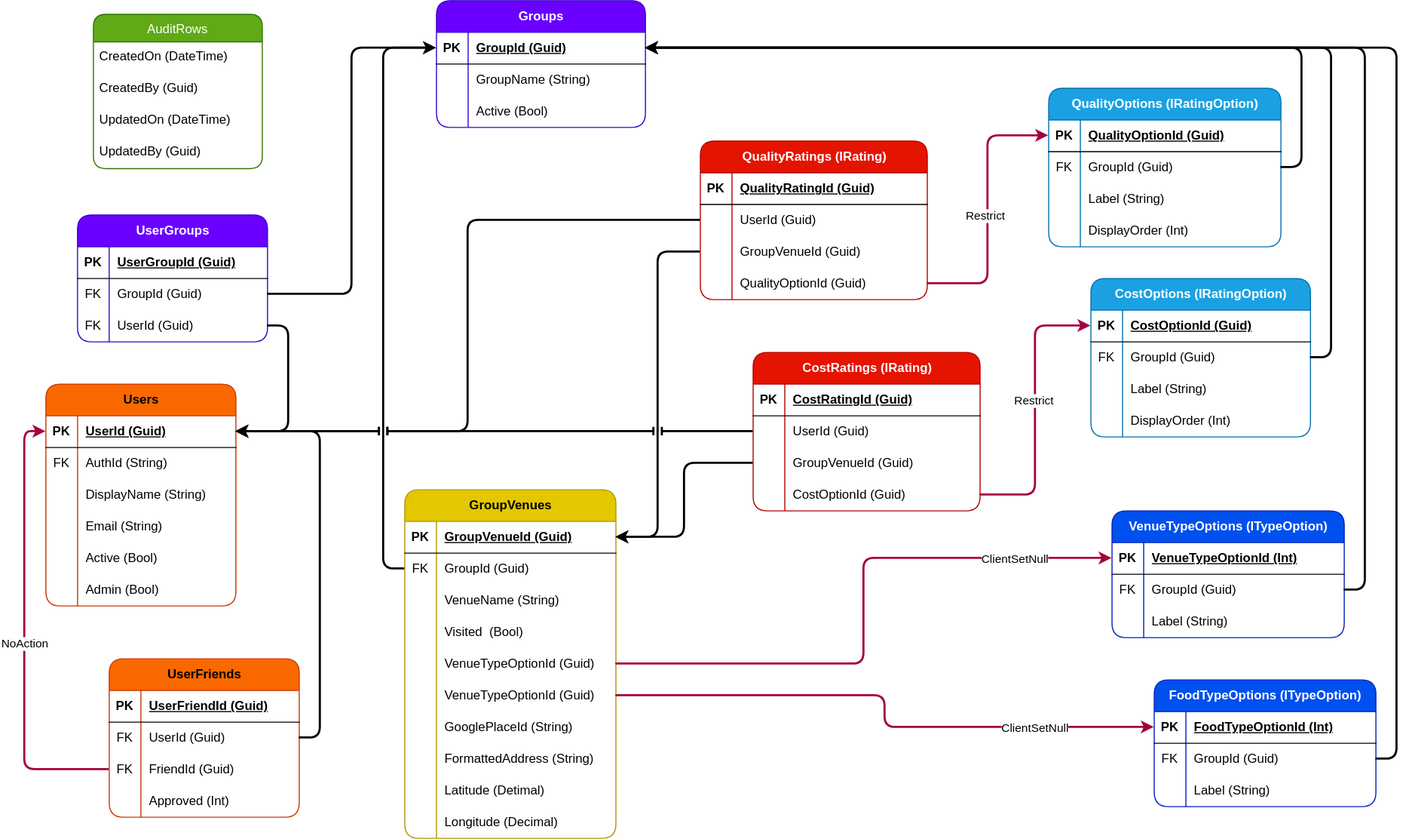
This is docs/ScranHub-DatabaseDesign.svg from GarethSpencer/ScranHub, a draw.io export, as it was before one commit. Source tidied: cells renumbered, new cells last; positions are measured from the earlier drawing's top-left corner, leaving out a move shared by most shapes.
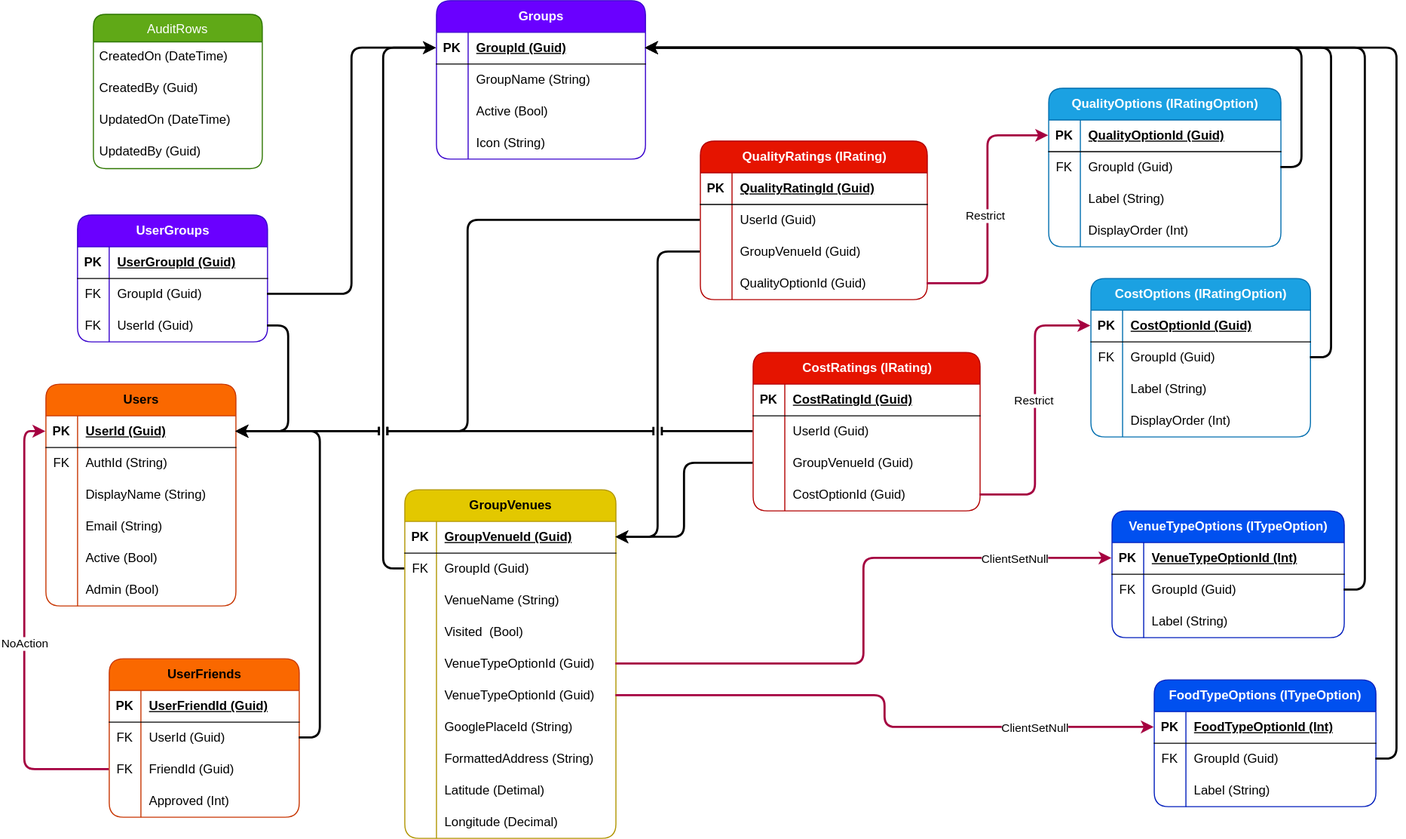
After the change.

Commit message:
Adding Icon to group table, so the group creator can set an icon against the group and have it appear in the UI

Diff of the diagram source:
```diff
@@ -90,7 +90,7 @@
       <mxGeometry x="30" width="150" height="30" as="geometry" />
     </mxCell>
     <mxCell id="31" value="Groups" style="shape=table;startSize=30;rowLines=0;fontStyle=1;align=center;html=1;rounded=1;fillColor=#6a00ff;fontColor=#ffffff;strokeColor=#3700CC;" parent="1" vertex="1">
-      <mxGeometry x="370" width="198" height="120" as="geometry" />
+      <mxGeometry x="370" width="198" height="150" as="geometry" />
     </mxCell>
     <mxCell id="32" style="shape=tableRow;horizontal=0;startSize=0;swimlaneHead=0;swimlaneBody=0;fillColor=none;points=[[0,0.5],[1,0.5]];portConstraint=eastwest;top=0;left=0;right=0;bottom=1;" parent="31" vertex="1">
       <mxGeometry y="30" width="198" height="30" as="geometry" />
@@ -110,13 +110,22 @@
     <mxCell id="37" value="GroupName (String)" style="shape=partialRectangle;fillColor=none;top=0;left=0;bottom=0;right=0;align=left;spacingLeft=6;overflow=hidden;whiteSpace=wrap;html=1;" parent="35" vertex="1">
       <mxGeometry x="30" width="168" height="30" as="geometry" />
     </mxCell>
+    <mxCell id="184" style="shape=tableRow;horizontal=0;startSize=0;swimlaneHead=0;swimlaneBody=0;fillColor=none;top=0;left=0;right=0;bottom=0;" parent="31" vertex="1">
+      <mxGeometry y="90" width="198" height="30" as="geometry" />
+    </mxCell>
+    <mxCell id="185" style="shape=partialRectangle;fillColor=none;top=0;left=0;bottom=0;right=0;overflow=hidden;whiteSpace=wrap;html=1;" parent="184" vertex="1">
+      <mxGeometry width="30" height="30" as="geometry" />
+    </mxCell>
+    <mxCell id="186" value="Active (Bool)" style="shape=partialRectangle;fillColor=none;top=0;left=0;bottom=0;right=0;align=left;spacingLeft=6;overflow=hidden;whiteSpace=wrap;html=1;" parent="184" vertex="1">
+      <mxGeometry x="30" width="168" height="30" as="geometry" />
+    </mxCell>
     <mxCell id="38" style="shape=tableRow;horizontal=0;startSize=0;swimlaneHead=0;swimlaneBody=0;fillColor=none;top=0;left=0;right=0;bottom=0;" parent="31" vertex="1">
-      <mxGeometry y="90" width="198" height="30" as="geometry" />
+      <mxGeometry y="120" width="198" height="30" as="geometry" />
     </mxCell>
     <mxCell id="39" style="shape=partialRectangle;fillColor=none;top=0;left=0;bottom=0;right=0;overflow=hidden;whiteSpace=wrap;html=1;" parent="38" vertex="1">
       <mxGeometry width="30" height="30" as="geometry" />
     </mxCell>
-    <mxCell id="40" value="Active (Bool)" style="shape=partialRectangle;fillColor=none;top=0;left=0;bottom=0;right=0;align=left;spacingLeft=6;overflow=hidden;whiteSpace=wrap;html=1;" parent="38" vertex="1">
+    <mxCell id="40" value="Icon (String)" style="shape=partialRectangle;fillColor=none;top=0;left=0;bottom=0;right=0;align=left;spacingLeft=6;overflow=hidden;whiteSpace=wrap;html=1;" parent="38" vertex="1">
       <mxGeometry x="30" width="168" height="30" as="geometry" />
     </mxCell>
     <mxCell id="41" value="CostOptions&amp;nbsp;(IRatingOption)" style="shape=table;startSize=30;rowLines=0;fontStyle=1;align=center;html=1;rounded=1;fillColor=#1ba1e2;fontColor=#ffffff;strokeColor=#006EAF;" parent="1" vertex="1">
```
